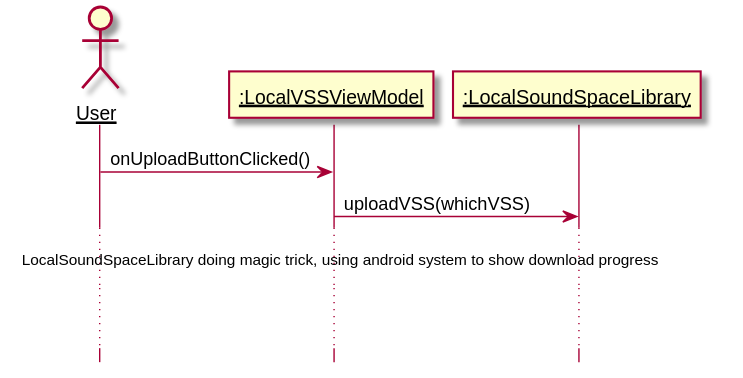
Before: 设计/Diagrams/UploadVSS.svg, a diagram exported from PlantUML (kpp19920121/doc).
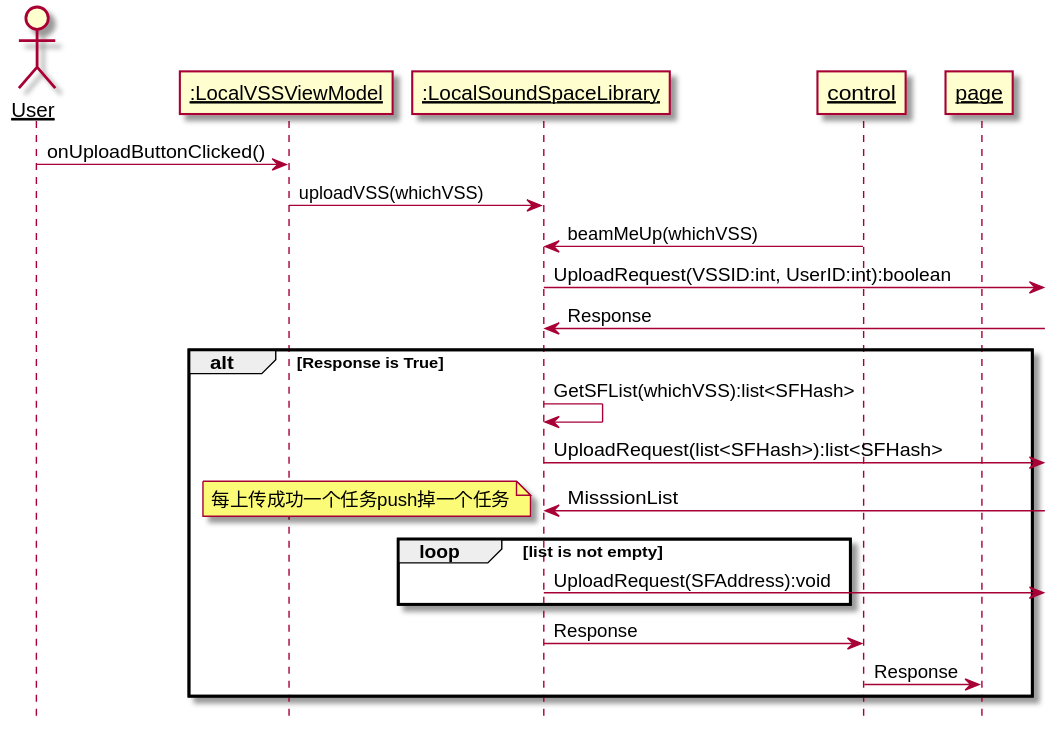
The same file after the commit.

Diff of the diagram source:
```diff
@@ -8,6 +8,18 @@
 
 user -> viewModel: onUploadButtonClicked()
 viewModel -> library: uploadVSS(whichVSS)
-...LocalSoundSpaceLibrary doing magic trick, using android system to show download progress...
-...There are no other ways to show that a local sound space is finished uploading other than android system notices...
+control -> library: beamMeUp(whichVSS)
+library->:UploadRequest(VSSID:int, UserID:int):boolean
+library<-:Response
+alt Response is True
+  library -> library: GetSFList(whichVSS):list<SFHash>
+  library->:UploadRequest(list<SFHash>):list<SFHash>
+  library<-:MisssionList
+  loop list is not empty
+  note left:每上传成功一个任务push掉一个任务
+    library->:UploadRequest(SFAddress):void
+  end
+  library->control:Response
+  control->page:Response
+end
 @enduml
```
